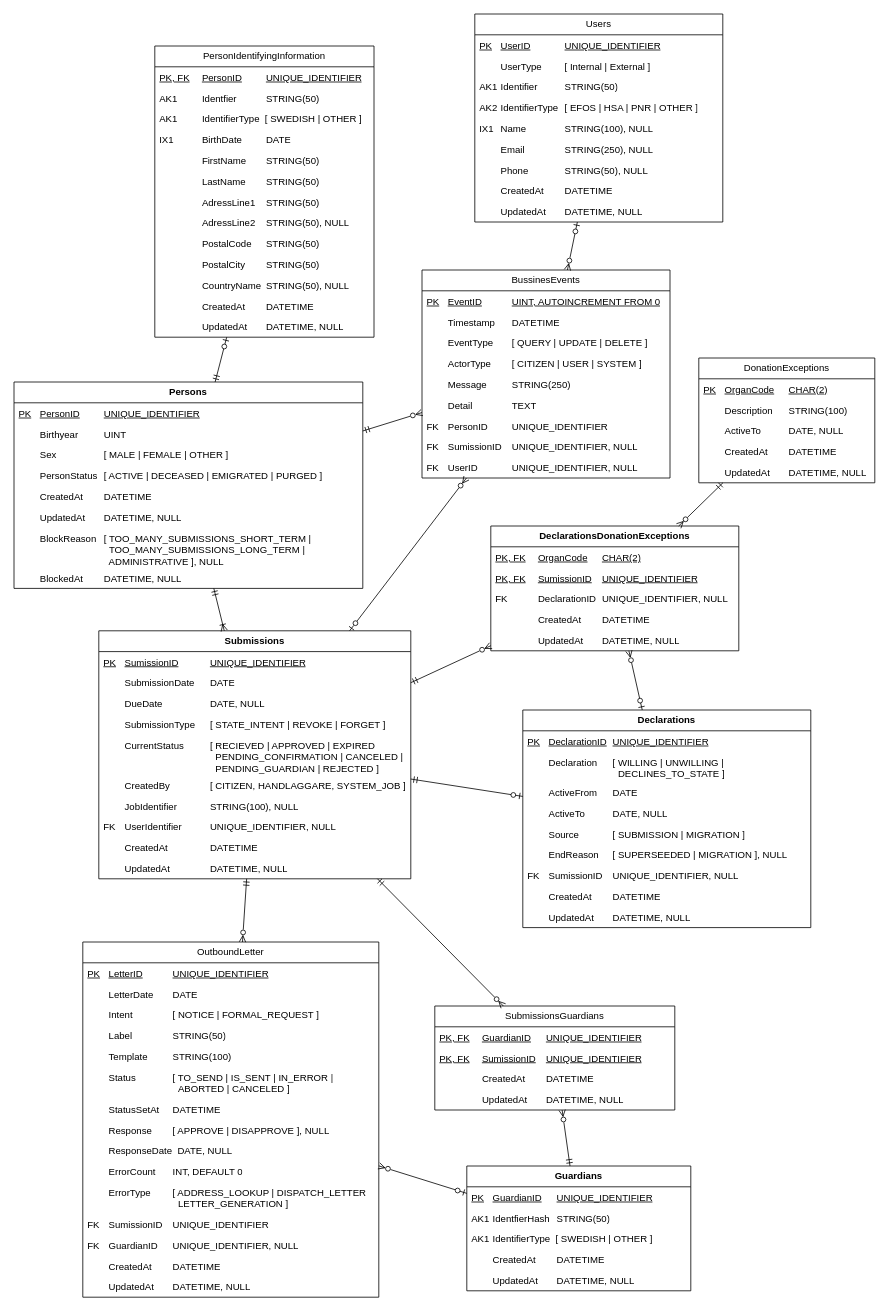
bhagqvist-consid/ICD11 keeps this draw.io diagram as page "Stående Logisk modell" (8 of 8) of Donationsregister.drawio. Above is the earlier version. Source tidied: cells renumbered, new cells numbered last; positions are measured from the earlier drawing's top-left corner, leaving out a move shared by most shapes. Both pictures are drawn from the tidied source at 80%, with x=0, y=0 at pixel (14, 14).
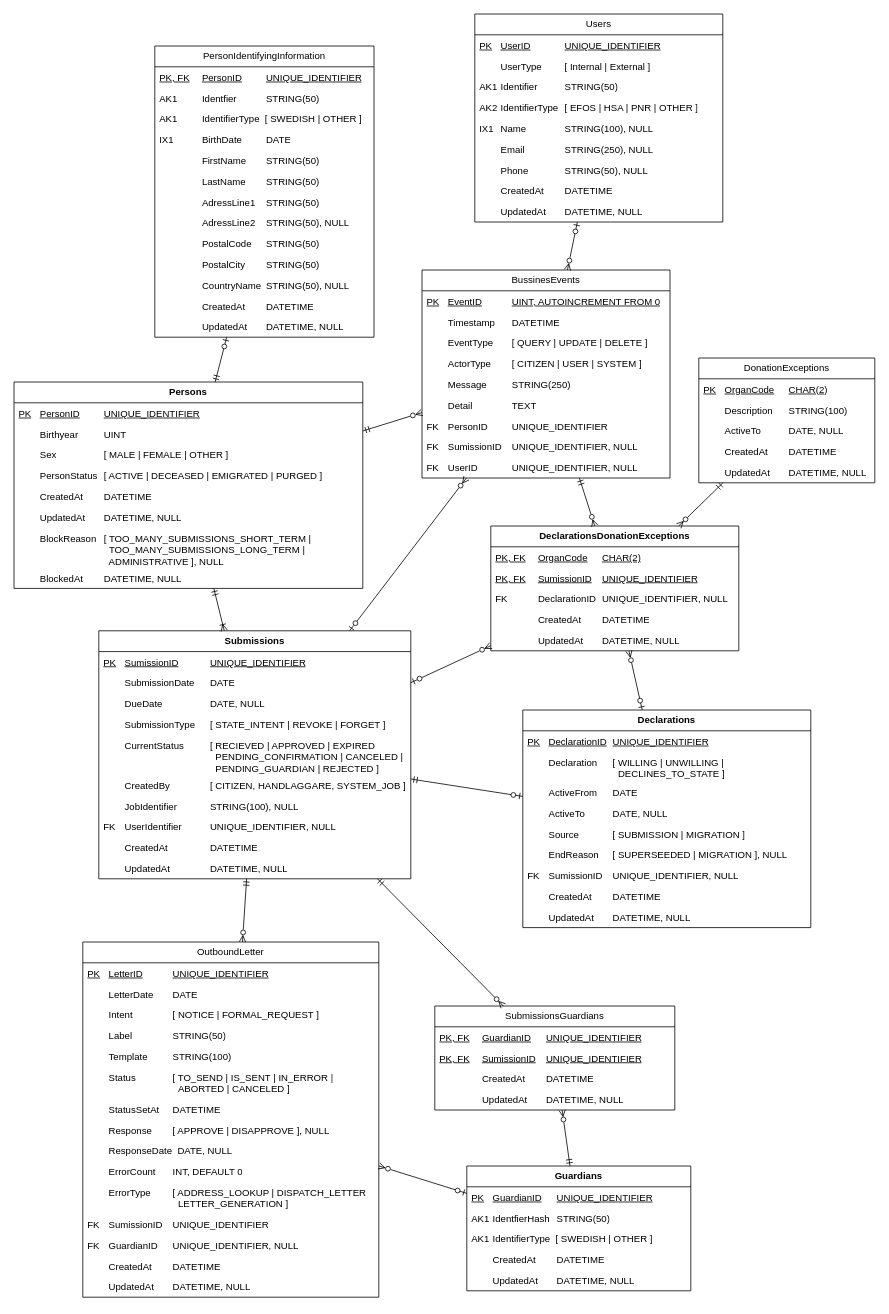
The same page after the edit.

Unchanged cells that the change refers to:
```xml
<mxCell id="11" value="Submissions" style="swimlane;fontStyle=1;horizontal=1;startSize=26;fillColor=none;whiteSpace=wrap;html=1;" parent="1" vertex="1">
  <mxGeometry x="106" y="771" width="390" height="310" as="geometry" />
</mxCell>
<mxCell id="68" value="BussinesEvents" style="swimlane;fontStyle=0;horizontal=1;startSize=26;fillColor=none;whiteSpace=wrap;html=1;" parent="1" vertex="1">
  <mxGeometry x="510" y="320" width="310" height="260" as="geometry" />
</mxCell>
<mxCell id="94" value="DeclarationsDonationExceptions" style="swimlane;fontStyle=1;horizontal=1;startSize=26;fillColor=none;whiteSpace=wrap;html=1;" parent="1" vertex="1">
  <mxGeometry x="596" y="640" width="310" height="156" as="geometry" />
</mxCell>
```

What changed in the source:
```diff
@@
-    <mxCell id="107" style="fontSize=12;html=1;endArrow=ERmandOne;startArrow=ERzeroToMany;rounded=0;startFill=0;endFill=0;" parent="1" edge="1" source="94" target="11">
+    <mxCell id="107" style="fontSize=12;html=1;endArrow=ERmandOne;startArrow=ERzeroToMany;rounded=0;startFill=0;endFill=0;" parent="1" edge="1" source="94" target="68">
       <mxGeometry relative="1" as="geometry" />
     </mxCell>
@@
+    <mxCell id="118" style="fontSize=12;html=1;endArrow=ERzeroToOne;startArrow=ERzeroToMany;rounded=0;startFill=0;endFill=0;" parent="1" edge="1" source="94" target="11">
+      <mxGeometry relative="1" as="geometry" />
+    </mxCell>
```
